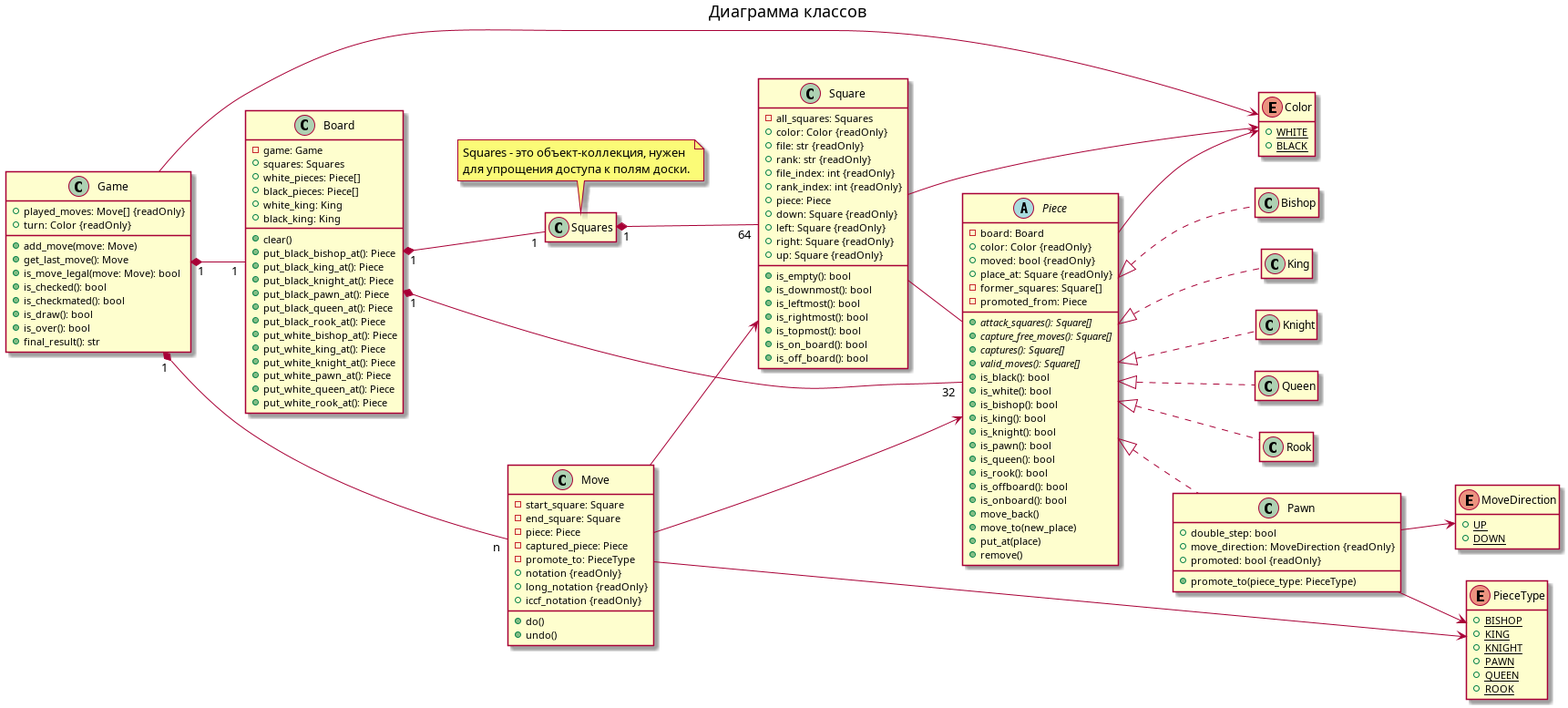
This is docs/chess.png from jaeshaed/531-chess, a PlantUML export, as it was before one commit. Its source is kept beside it as docs/chess.puml.
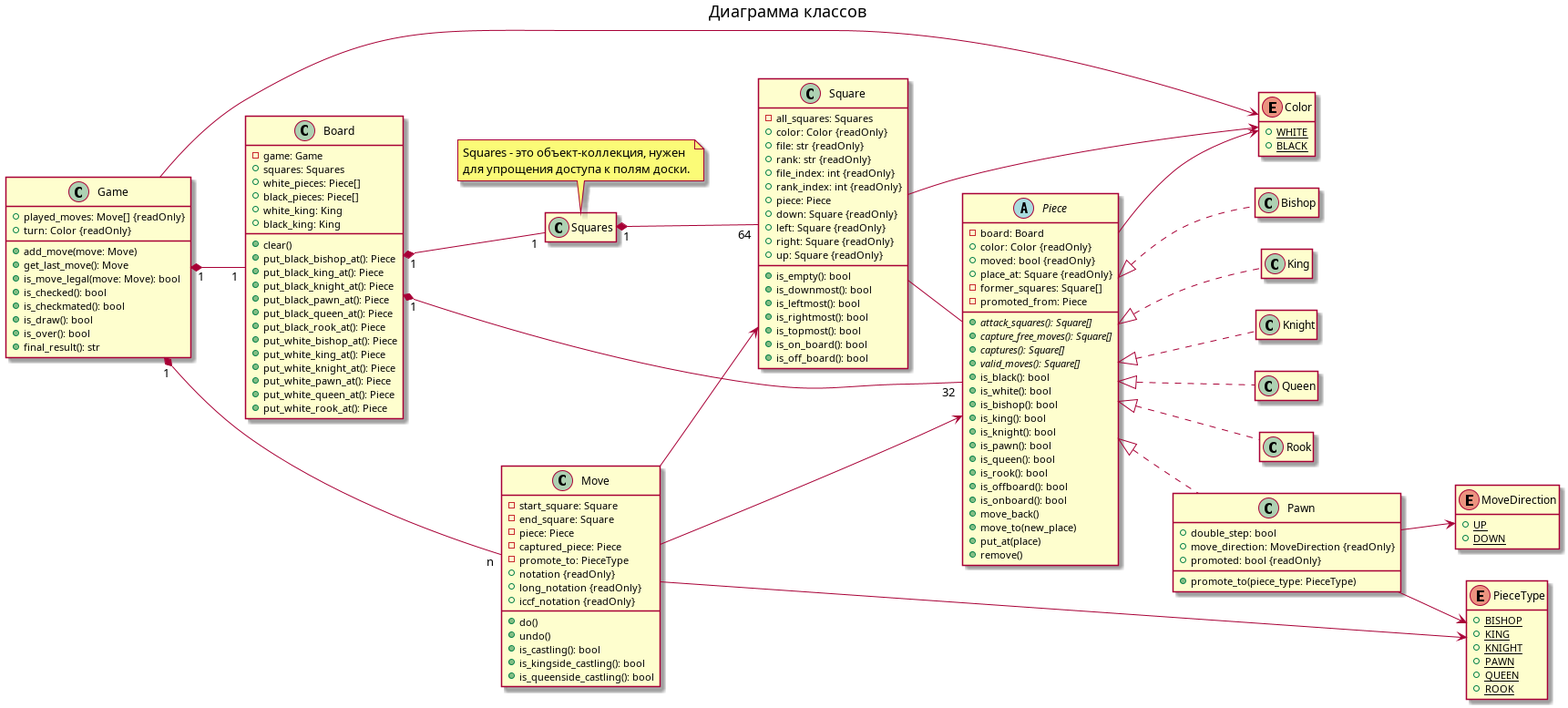
Later version of the same file.

Commit message:
Обновил диаграмму классов.

What changed in the source:
```diff
@@ -64,6 +64,9 @@
   +iccf_notation {readOnly}
   +do()
   +undo()
+  +is_castling(): bool
+  +is_kingside_castling(): bool
+  +is_queenside_castling(): bool
 }
 Move --> Piece
 Move --> PieceType
```
